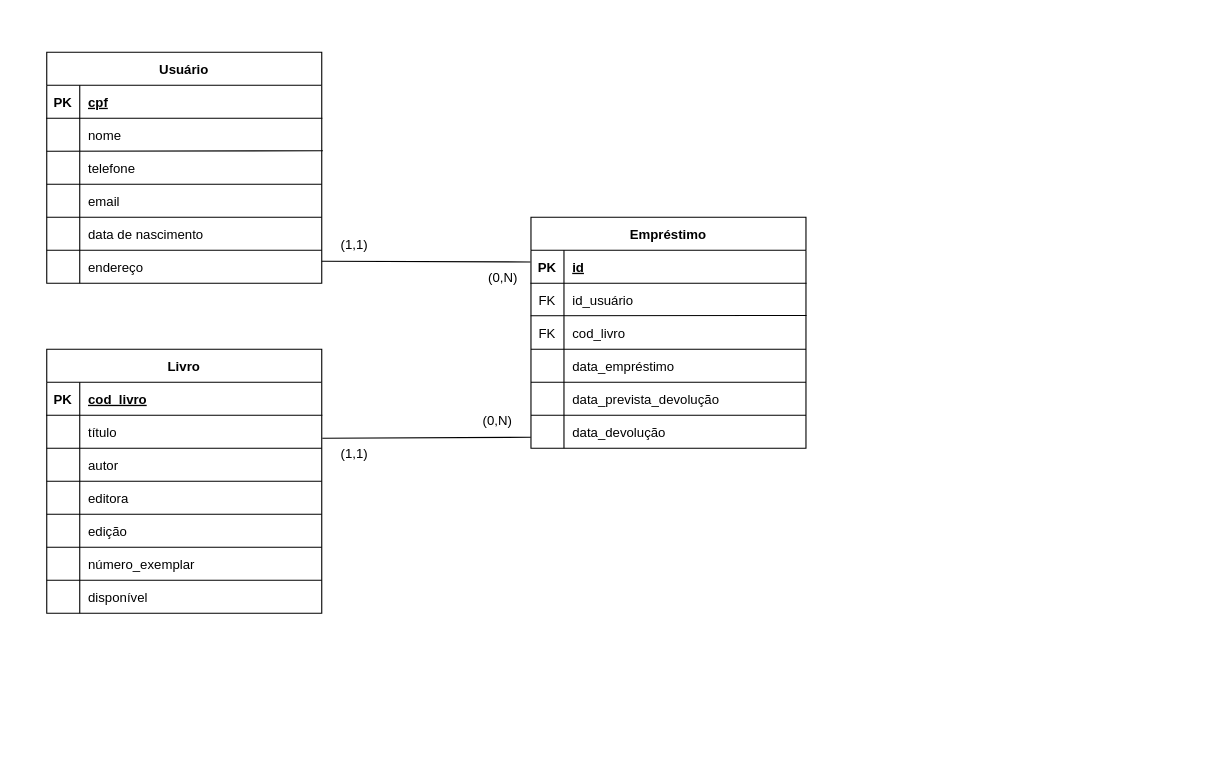
Earlier version of the draw.io diagram draw.io/Untitled Diagram.drawio (mikaeletha/segundo_periodo_2022). Source tidied: cells renumbered, new cells numbered last; positions are measured from the earlier drawing's top-left corner, leaving out a move shared by most shapes. Both pictures are drawn from the tidied source at 110%, with x=0, y=0 at pixel (46, 52).
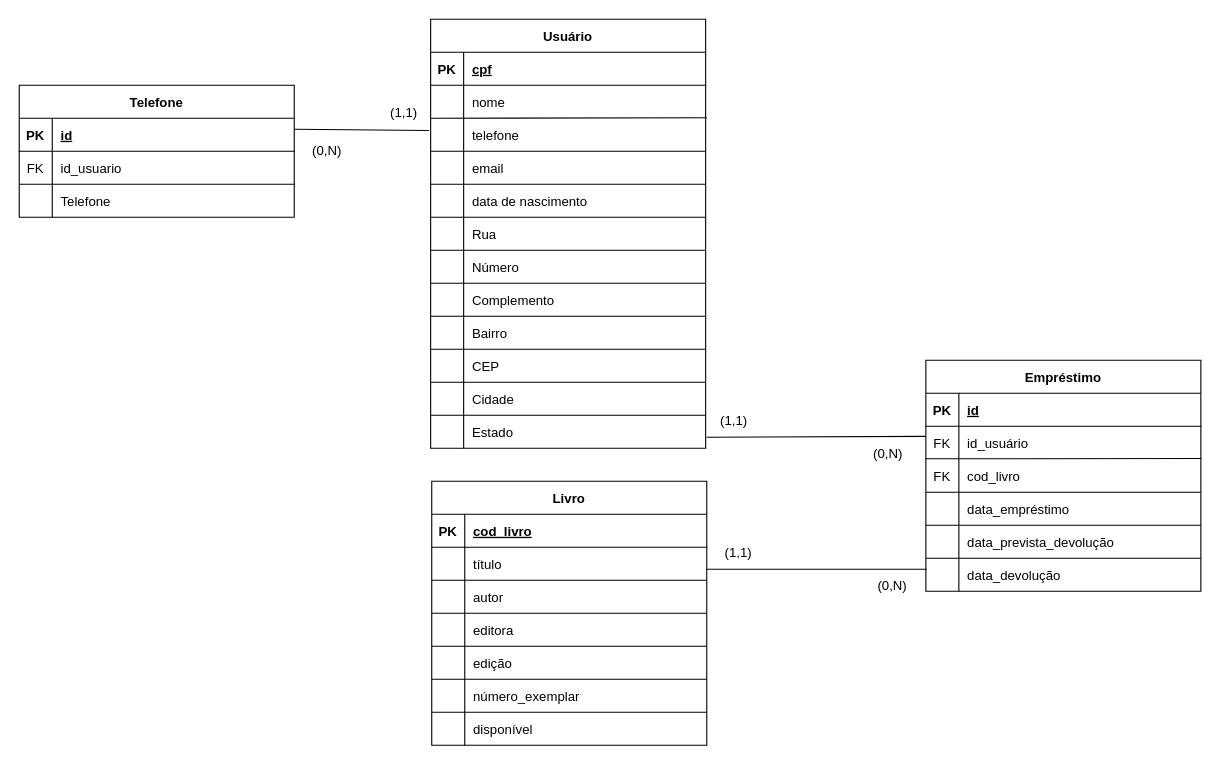
Above is the later version.

Unchanged cells that the change refers to:
```xml
<mxCell id="3" style="shape=partialRectangle;fillColor=none;points=[[0,0.5],[1,0.5]];portConstraint=eastwest;top=0;left=0;right=0;bottom=1;" parent="2" vertex="1">
  <mxGeometry y="30" width="250" height="30" as="geometry" />
</mxCell>
<mxCell id="6" style="shape=partialRectangle;fillColor=none;points=[[0,0.5],[1,0.5]];portConstraint=eastwest;top=0;left=0;right=0;bottom=0;" parent="2" vertex="1">
  <mxGeometry y="60" width="250" height="30" as="geometry" />
</mxCell>
<mxCell id="14" style="shape=partialRectangle;fillColor=none;points=[[0,0.5],[1,0.5]];portConstraint=eastwest;top=0;left=0;right=0;bottom=0;" parent="10" vertex="1">
  <mxGeometry y="60" width="250" height="30" as="geometry" />
</mxCell>
```

Change to the diagram source:
```diff
@@
     <mxCell id="2" value="Empréstimo" style="shape=table;startSize=30;childLayout=tableLayout;rowLines=0;fontStyle=1;align=center;" parent="1" vertex="1">
-      <mxGeometry x="440.2" y="150" width="250" height="210" as="geometry" />
+      <mxGeometry x="799.2" y="280" width="250" height="210" as="geometry" />
     </mxCell>
@@
     <mxCell id="10" value="Livro" style="shape=table;startSize=30;childLayout=tableLayout;rowLines=0;fontStyle=1;align=center;" parent="1" vertex="1">
-      <mxGeometry y="270" width="250" height="240" as="geometry" />
+      <mxGeometry x="350" y="390" width="250" height="240" as="geometry" />
     </mxCell>
@@
     <mxCell id="18" value="Usuário" style="shape=table;startSize=30;childLayout=tableLayout;rowLines=0;fontStyle=1;align=center;" parent="1" vertex="1">
-      <mxGeometry width="250" height="210" as="geometry" />
+      <mxGeometry x="349" y="-30" width="250" height="390" as="geometry" />
     </mxCell>
@@
     <mxCell id="26" style="shape=partialRectangle;overflow=hidden;fillColor=none;top=0;left=0;bottom=0;right=0;" parent="1" vertex="1">
-      <mxGeometry y="90" width="30" height="30" as="geometry" />
+      <mxGeometry x="349" y="60" width="30" height="30" as="geometry" />
     </mxCell>
     <mxCell id="27" value="telefone" style="shape=partialRectangle;overflow=hidden;fillColor=none;top=0;left=0;bottom=0;right=0;align=left;spacingLeft=6;" parent="1" vertex="1">
-      <mxGeometry x="30" y="90" width="220" height="30" as="geometry" />
+      <mxGeometry x="379" y="60" width="220" height="30" as="geometry" />
     </mxCell>
     <mxCell id="28" style="endArrow=none;html=1;rounded=0;" parent="1" edge="1">
       <mxGeometry relative="1" as="geometry">
-        <mxPoint y="120" as="sourcePoint" />
-        <mxPoint x="250" y="120" as="targetPoint" />
+        <mxPoint x="349" y="90" as="sourcePoint" />
+        <mxPoint x="599" y="90" as="targetPoint" />
       </mxGeometry>
     </mxCell>
     <mxCell id="29" value="email" style="shape=partialRectangle;overflow=hidden;fillColor=none;top=0;left=0;bottom=0;right=0;align=left;spacingLeft=6;" parent="1" vertex="1">
-      <mxGeometry x="30" y="120" width="220" height="30" as="geometry" />
+      <mxGeometry x="379" y="90" width="220" height="30" as="geometry" />
     </mxCell>
     <mxCell id="30" style="endArrow=none;html=1;rounded=0;" parent="1" edge="1">
       <mxGeometry relative="1" as="geometry">
-        <mxPoint y="150" as="sourcePoint" />
-        <mxPoint x="250" y="150" as="targetPoint" />
+        <mxPoint x="349" y="120" as="sourcePoint" />
+        <mxPoint x="599" y="120" as="targetPoint" />
       </mxGeometry>
     </mxCell>
     <mxCell id="31" value="data de nascimento" style="shape=partialRectangle;overflow=hidden;fillColor=none;top=0;left=0;bottom=0;right=0;align=left;spacingLeft=6;" parent="1" vertex="1">
-      <mxGeometry x="30" y="150" width="220" height="30" as="geometry" />
+      <mxGeometry x="379" y="120" width="220" height="30" as="geometry" />
     </mxCell>
     <mxCell id="32" style="endArrow=none;html=1;rounded=0;" parent="1" edge="1">
       <mxGeometry relative="1" as="geometry">
-        <mxPoint y="180" as="sourcePoint" />
-        <mxPoint x="250" y="180" as="targetPoint" />
+        <mxPoint x="349" y="150" as="sourcePoint" />
+        <mxPoint x="599" y="150" as="targetPoint" />
       </mxGeometry>
     </mxCell>
-    <mxCell id="33" value="endereço" style="shape=partialRectangle;overflow=hidden;fillColor=none;top=0;left=0;bottom=0;right=0;align=left;spacingLeft=6;" parent="1" vertex="1">
-      <mxGeometry x="30" y="180" width="220" height="30" as="geometry" />
+    <mxCell id="33" value="Rua" style="shape=partialRectangle;overflow=hidden;fillColor=none;top=0;left=0;bottom=0;right=0;align=left;spacingLeft=6;" parent="1" vertex="1">
+      <mxGeometry x="379" y="150" width="220" height="30" as="geometry" />
     </mxCell>
     <mxCell id="34" style="endArrow=none;html=1;rounded=0;" parent="1" edge="1">
       <mxGeometry relative="1" as="geometry">
-        <mxPoint x="30" y="210" as="sourcePoint" />
-        <mxPoint x="30" y="90" as="targetPoint" />
+        <mxPoint x="379" y="360" as="sourcePoint" />
+        <mxPoint x="379" y="60" as="targetPoint" />
       </mxGeometry>
     </mxCell>
     <mxCell id="35" style="shape=partialRectangle;overflow=hidden;fillColor=none;top=0;left=0;bottom=0;right=0;fontStyle=1;" parent="1" vertex="1">
-      <mxGeometry y="120" width="30" height="30" as="geometry" />
+      <mxGeometry x="349" y="90" width="30" height="30" as="geometry" />
     </mxCell>
     <mxCell id="36" style="shape=partialRectangle;overflow=hidden;fillColor=none;top=0;left=0;bottom=0;right=0;fontStyle=1;" parent="1" vertex="1">
-      <mxGeometry y="150" width="30" height="30" as="geometry" />
+      <mxGeometry x="349" y="120" width="30" height="30" as="geometry" />
     </mxCell>
     <mxCell id="37" value="cod_livro" style="shape=partialRectangle;overflow=hidden;fillColor=none;top=0;left=0;bottom=0;right=0;align=left;spacingLeft=6;" parent="1" vertex="1">
-      <mxGeometry x="470.2" y="240" width="220" height="30" as="geometry" />
+      <mxGeometry x="829.2" y="370" width="220" height="30" as="geometry" />
     </mxCell>
     <mxCell id="38" value="FK" style="shape=partialRectangle;overflow=hidden;fillColor=none;top=0;left=0;bottom=0;right=0;" parent="1" vertex="1">
-      <mxGeometry x="440.2" y="240" width="30" height="30" as="geometry" />
+      <mxGeometry x="799.2" y="370" width="30" height="30" as="geometry" />
     </mxCell>
     <mxCell id="39" style="endArrow=none;html=1;rounded=0;" parent="1" edge="1">
       <mxGeometry relative="1" as="geometry">
-        <mxPoint x="440.2" y="270" as="sourcePoint" />
-        <mxPoint x="690.2" y="270" as="targetPoint" />
+        <mxPoint x="799.2" y="400" as="sourcePoint" />
+        <mxPoint x="1049.2" y="400" as="targetPoint" />
       </mxGeometry>
     </mxCell>
     <mxCell id="40" value="data_empréstimo" style="shape=partialRectangle;overflow=hidden;fillColor=none;top=0;left=0;bottom=0;right=0;align=left;spacingLeft=6;" parent="1" vertex="1">
-      <mxGeometry x="470.2" y="270" width="220" height="30" as="geometry" />
+      <mxGeometry x="829.2" y="400" width="220" height="30" as="geometry" />
     </mxCell>
     <mxCell id="41" style="endArrow=none;html=1;rounded=0;" parent="1" edge="1">
       <mxGeometry relative="1" as="geometry">
-        <mxPoint x="440.2" y="300" as="sourcePoint" />
-        <mxPoint x="690.2" y="300" as="targetPoint" />
+        <mxPoint x="799.2" y="430" as="sourcePoint" />
+        <mxPoint x="1049.2" y="430" as="targetPoint" />
       </mxGeometry>
     </mxCell>
     <mxCell id="42" value="data_prevista_devolução" style="shape=partialRectangle;overflow=hidden;fillColor=none;top=0;left=0;bottom=0;right=0;align=left;spacingLeft=6;" parent="1" vertex="1">
-      <mxGeometry x="470.2" y="300" width="220" height="30" as="geometry" />
+      <mxGeometry x="829.2" y="430" width="220" height="30" as="geometry" />
     </mxCell>
     <mxCell id="43" style="endArrow=none;html=1;rounded=0;" parent="1" edge="1">
       <mxGeometry relative="1" as="geometry">
-        <mxPoint x="440.2" y="330" as="sourcePoint" />
-        <mxPoint x="690.2" y="330" as="targetPoint" />
+        <mxPoint x="799.2" y="460" as="sourcePoint" />
+        <mxPoint x="1049.2" y="460" as="targetPoint" />
       </mxGeometry>
     </mxCell>
     <mxCell id="44" value="data_devolução" style="shape=partialRectangle;overflow=hidden;fillColor=none;top=0;left=0;bottom=0;right=0;align=left;spacingLeft=6;" parent="1" vertex="1">
-      <mxGeometry x="470.2" y="330" width="220" height="30" as="geometry" />
+      <mxGeometry x="829.2" y="460" width="220" height="30" as="geometry" />
     </mxCell>
     <mxCell id="45" style="endArrow=none;html=1;rounded=0;" parent="1" edge="1">
       <mxGeometry relative="1" as="geometry">
-        <mxPoint x="470.2" y="360" as="sourcePoint" />
-        <mxPoint x="470.2" y="240" as="targetPoint" />
+        <mxPoint x="829.2" y="490" as="sourcePoint" />
+        <mxPoint x="829.2" y="370" as="targetPoint" />
       </mxGeometry>
     </mxCell>
     <mxCell id="46" value="autor" style="shape=partialRectangle;overflow=hidden;fillColor=none;top=0;left=0;bottom=0;right=0;align=left;spacingLeft=6;" parent="1" vertex="1">
-      <mxGeometry x="30" y="360" width="220" height="30" as="geometry" />
+      <mxGeometry x="380" y="480" width="220" height="30" as="geometry" />
     </mxCell>
     <mxCell id="47" style="endArrow=none;html=1;rounded=0;" parent="1" edge="1">
       <mxGeometry relative="1" as="geometry">
-        <mxPoint y="390" as="sourcePoint" />
-        <mxPoint x="250" y="390" as="targetPoint" />
+        <mxPoint x="350" y="510" as="sourcePoint" />
+        <mxPoint x="600" y="510" as="targetPoint" />
       </mxGeometry>
     </mxCell>
     <mxCell id="48" value="editora" style="shape=partialRectangle;overflow=hidden;fillColor=none;top=0;left=0;bottom=0;right=0;align=left;spacingLeft=6;" parent="1" vertex="1">
-      <mxGeometry x="30" y="390" width="220" height="30" as="geometry" />
+      <mxGeometry x="380" y="510" width="220" height="30" as="geometry" />
     </mxCell>
     <mxCell id="49" style="endArrow=none;html=1;rounded=0;" parent="1" edge="1">
       <mxGeometry relative="1" as="geometry">
-        <mxPoint y="420" as="sourcePoint" />
-        <mxPoint x="250" y="420" as="targetPoint" />
+        <mxPoint x="350" y="540" as="sourcePoint" />
+        <mxPoint x="600" y="540" as="targetPoint" />
       </mxGeometry>
     </mxCell>
     <mxCell id="50" value="edição" style="shape=partialRectangle;overflow=hidden;fillColor=none;top=0;left=0;bottom=0;right=0;align=left;spacingLeft=6;" parent="1" vertex="1">
-      <mxGeometry x="30" y="420" width="220" height="30" as="geometry" />
+      <mxGeometry x="380" y="540" width="220" height="30" as="geometry" />
     </mxCell>
     <mxCell id="51" style="endArrow=none;html=1;rounded=0;" parent="1" edge="1">
       <mxGeometry relative="1" as="geometry">
-        <mxPoint y="450" as="sourcePoint" />
-        <mxPoint x="250" y="450" as="targetPoint" />
+        <mxPoint x="350" y="570" as="sourcePoint" />
+        <mxPoint x="600" y="570" as="targetPoint" />
       </mxGeometry>
     </mxCell>
     <mxCell id="52" value="número_exemplar" style="shape=partialRectangle;overflow=hidden;fillColor=none;top=0;left=0;bottom=0;right=0;align=left;spacingLeft=6;" parent="1" vertex="1">
-      <mxGeometry x="30" y="450" width="220" height="30" as="geometry" />
+      <mxGeometry x="380" y="570" width="220" height="30" as="geometry" />
     </mxCell>
     <mxCell id="53" style="endArrow=none;html=1;rounded=0;" parent="1" edge="1">
       <mxGeometry relative="1" as="geometry">
-        <mxPoint y="480" as="sourcePoint" />
-        <mxPoint x="250" y="480" as="targetPoint" />
+        <mxPoint x="350" y="600" as="sourcePoint" />
+        <mxPoint x="600" y="600" as="targetPoint" />
       </mxGeometry>
     </mxCell>
     <mxCell id="54" value="disponível" style="shape=partialRectangle;overflow=hidden;fillColor=none;top=0;left=0;bottom=0;right=0;align=left;spacingLeft=6;" parent="1" vertex="1">
-      <mxGeometry x="30" y="480" width="220" height="30" as="geometry" />
+      <mxGeometry x="380" y="600" width="220" height="30" as="geometry" />
     </mxCell>
     <mxCell id="55" style="endArrow=none;html=1;rounded=0;" parent="1" edge="1">
       <mxGeometry relative="1" as="geometry">
-        <mxPoint x="30" y="510" as="sourcePoint" />
-        <mxPoint x="30" y="360" as="targetPoint" />
+        <mxPoint x="380" y="630" as="sourcePoint" />
+        <mxPoint x="380" y="480" as="targetPoint" />
       </mxGeometry>
     </mxCell>
-    <mxCell id="56" style="endArrow=none;html=1;rounded=0;entryX=-0.002;entryY=0.356;entryDx=0;entryDy=0;entryPerimeter=0;" parent="1" edge="1" target="3">
-      <mxGeometry relative="1" as="geometry">
-        <mxPoint x="250" y="190" as="sourcePoint" />
-      </mxGeometry>
-    </mxCell>
     <mxCell id="57" value="(0,N)" style="text;html=1;strokeColor=none;fillColor=none;align=center;verticalAlign=middle;whiteSpace=wrap;rounded=0;" parent="1" vertex="1">
-      <mxGeometry x="385" y="190" width="60" height="30" as="geometry" />
+      <mxGeometry x="735.2" y="350" width="60" height="30" as="geometry" />
     </mxCell>
     <mxCell id="58" value="(1,1)" style="text;html=1;strokeColor=none;fillColor=none;align=center;verticalAlign=middle;whiteSpace=wrap;rounded=0;" parent="1" vertex="1">
-      <mxGeometry x="250" y="160" width="60" height="30" as="geometry" />
+      <mxGeometry x="595" y="320" width="60" height="30" as="geometry" />
     </mxCell>
-    <mxCell id="59" style="endArrow=none;html=1;rounded=0;exitX=1.002;exitY=0.695;exitDx=0;exitDy=0;exitPerimeter=0;" parent="1" edge="1" source="14">
-      <mxGeometry relative="1" as="geometry">
-        <mxPoint x="440" y="350" as="targetPoint" />
-      </mxGeometry>
-    </mxCell>
     <mxCell id="60" value="(0,N)" style="text;html=1;strokeColor=none;fillColor=none;align=center;verticalAlign=middle;whiteSpace=wrap;rounded=0;" parent="1" vertex="1">
-      <mxGeometry x="380.2" y="320" width="60" height="30" as="geometry" />
+      <mxGeometry x="739.2" y="470" width="60" height="30" as="geometry" />
     </mxCell>
     <mxCell id="61" value="(1,1)" style="text;html=1;strokeColor=none;fillColor=none;align=center;verticalAlign=middle;whiteSpace=wrap;rounded=0;" parent="1" vertex="1">
-      <mxGeometry x="250" y="350" width="60" height="30" as="geometry" />
+      <mxGeometry x="599" y="440" width="60" height="30" as="geometry" />
     </mxCell>
+    <mxCell id="62" style="endArrow=none;html=1;rounded=0;" parent="1" edge="1">
+      <mxGeometry relative="1" as="geometry">
+        <mxPoint x="349" y="180" as="sourcePoint" />
+        <mxPoint x="599" y="180" as="targetPoint" />
+      </mxGeometry>
+    </mxCell>
+    <mxCell id="63" value="Número" style="shape=partialRectangle;overflow=hidden;fillColor=none;top=0;left=0;bottom=0;right=0;align=left;spacingLeft=6;" parent="1" vertex="1">
+      <mxGeometry x="379" y="180" width="220" height="30" as="geometry" />
+    </mxCell>
+    <mxCell id="64" style="endArrow=none;html=1;rounded=0;" parent="1" edge="1">
+      <mxGeometry relative="1" as="geometry">
+        <mxPoint x="349" y="210" as="sourcePoint" />
+        <mxPoint x="599" y="210" as="targetPoint" />
+      </mxGeometry>
+    </mxCell>
+    <mxCell id="65" value="Complemento" style="shape=partialRectangle;overflow=hidden;fillColor=none;top=0;left=0;bottom=0;right=0;align=left;spacingLeft=6;" parent="1" vertex="1">
+      <mxGeometry x="379" y="210" width="220" height="30" as="geometry" />
+    </mxCell>
+    <mxCell id="66" style="endArrow=none;html=1;rounded=0;" parent="1" edge="1">
+      <mxGeometry relative="1" as="geometry">
+        <mxPoint x="349" y="240" as="sourcePoint" />
+        <mxPoint x="599" y="240" as="targetPoint" />
+      </mxGeometry>
+    </mxCell>
+    <mxCell id="67" value="Bairro" style="shape=partialRectangle;overflow=hidden;fillColor=none;top=0;left=0;bottom=0;right=0;align=left;spacingLeft=6;" parent="1" vertex="1">
+      <mxGeometry x="379" y="240" width="220" height="30" as="geometry" />
+    </mxCell>
+    <mxCell id="68" style="endArrow=none;html=1;rounded=0;" parent="1" edge="1">
+      <mxGeometry relative="1" as="geometry">
+        <mxPoint x="349" y="270" as="sourcePoint" />
+        <mxPoint x="599" y="270" as="targetPoint" />
+      </mxGeometry>
+    </mxCell>
+    <mxCell id="69" value="CEP" style="shape=partialRectangle;overflow=hidden;fillColor=none;top=0;left=0;bottom=0;right=0;align=left;spacingLeft=6;" parent="1" vertex="1">
+      <mxGeometry x="379" y="270" width="220" height="30" as="geometry" />
+    </mxCell>
+    <mxCell id="70" style="endArrow=none;html=1;rounded=0;" parent="1" edge="1">
+      <mxGeometry relative="1" as="geometry">
+        <mxPoint x="349" y="300" as="sourcePoint" />
+        <mxPoint x="599" y="300" as="targetPoint" />
+      </mxGeometry>
+    </mxCell>
+    <mxCell id="71" value="Cidade" style="shape=partialRectangle;overflow=hidden;fillColor=none;top=0;left=0;bottom=0;right=0;align=left;spacingLeft=6;" parent="1" vertex="1">
+      <mxGeometry x="379" y="300" width="220" height="30" as="geometry" />
+    </mxCell>
+    <mxCell id="72" style="endArrow=none;html=1;rounded=0;" parent="1" edge="1">
+      <mxGeometry relative="1" as="geometry">
+        <mxPoint x="349" y="330" as="sourcePoint" />
+        <mxPoint x="599" y="330" as="targetPoint" />
+      </mxGeometry>
+    </mxCell>
+    <mxCell id="73" value="Estado" style="shape=partialRectangle;overflow=hidden;fillColor=none;top=0;left=0;bottom=0;right=0;align=left;spacingLeft=6;" parent="1" vertex="1">
+      <mxGeometry x="379" y="330" width="220" height="30" as="geometry" />
+    </mxCell>
+    <mxCell id="74" value="Telefone" style="shape=table;startSize=30;childLayout=tableLayout;rowLines=0;fontStyle=1;align=center;" parent="1" vertex="1">
+      <mxGeometry x="-25" y="30" width="250" height="120" as="geometry" />
+    </mxCell>
+    <mxCell id="75" style="shape=partialRectangle;fillColor=none;top=0;left=0;right=0;bottom=1;" parent="74" vertex="1">
+      <mxGeometry y="30" width="250" height="30" as="geometry" />
+    </mxCell>
+    <mxCell id="76" value="PK" style="shape=partialRectangle;overflow=hidden;fillColor=none;top=0;left=0;bottom=0;right=0;fontStyle=1;" parent="75" vertex="1">
+      <mxGeometry width="30" height="30" as="geometry" />
+    </mxCell>
+    <mxCell id="77" value="id" style="shape=partialRectangle;overflow=hidden;fillColor=none;top=0;left=0;bottom=0;right=0;align=left;spacingLeft=6;fontStyle=5;" parent="75" vertex="1">
+      <mxGeometry x="30" width="220" height="30" as="geometry" />
+    </mxCell>
+    <mxCell id="78" style="shape=partialRectangle;fillColor=none;points=[[0,0.5],[1,0.5]];portConstraint=eastwest;top=0;left=0;right=0;bottom=0;" parent="74" vertex="1">
+      <mxGeometry y="60" width="250" height="30" as="geometry" />
+    </mxCell>
+    <mxCell id="79" value="FK" style="shape=partialRectangle;overflow=hidden;fillColor=none;top=0;left=0;bottom=0;right=0;" parent="78" vertex="1">
+      <mxGeometry width="30" height="30" as="geometry" />
+    </mxCell>
+    <mxCell id="80" value="id_usuario" style="shape=partialRectangle;overflow=hidden;fillColor=none;top=0;left=0;bottom=0;right=0;align=left;spacingLeft=6;" parent="78" vertex="1">
+      <mxGeometry x="30" width="220" height="30" as="geometry" />
+    </mxCell>
+    <mxCell id="81" style="endArrow=none;html=1;rounded=0;exitX=0;exitY=1;exitDx=0;exitDy=0;exitPerimeter=0;" parent="74" edge="1" source="78">
+      <mxGeometry relative="1" as="geometry">
+        <mxPoint x="250" y="90" as="targetPoint" />
+      </mxGeometry>
+    </mxCell>
+    <mxCell id="82" value="Telefone" style="shape=partialRectangle;overflow=hidden;fillColor=none;top=0;left=0;bottom=0;right=0;align=left;spacingLeft=6;" parent="1" vertex="1">
+      <mxGeometry x="5" y="120" width="220" height="30" as="geometry" />
+    </mxCell>
+    <mxCell id="83" style="endArrow=none;html=1;rounded=0;" parent="1" edge="1">
+      <mxGeometry relative="1" as="geometry">
+        <mxPoint x="5" y="150" as="sourcePoint" />
+        <mxPoint x="5" y="120" as="targetPoint" />
+      </mxGeometry>
+    </mxCell>
+    <mxCell id="84" style="endArrow=none;html=1;rounded=0;entryX=0.875;entryY=1.036;entryDx=0;entryDy=0;entryPerimeter=0;" parent="1" edge="1" target="85">
+      <mxGeometry relative="1" as="geometry">
+        <mxPoint x="225" y="70" as="sourcePoint" />
+      </mxGeometry>
+    </mxCell>
+    <mxCell id="85" value="(1,1)" style="text;html=1;strokeColor=none;fillColor=none;align=center;verticalAlign=middle;whiteSpace=wrap;rounded=0;" parent="1" vertex="1">
+      <mxGeometry x="295" y="40" width="60" height="30" as="geometry" />
+    </mxCell>
+    <mxCell id="86" value="(0,N)" style="text;html=1;strokeColor=none;fillColor=none;align=center;verticalAlign=middle;whiteSpace=wrap;rounded=0;" parent="1" vertex="1">
+      <mxGeometry x="225" y="75" width="60" height="30" as="geometry" />
+    </mxCell>
+    <mxCell id="87" style="endArrow=none;html=1;rounded=0;entryX=0;entryY=0.307;entryDx=0;entryDy=0;entryPerimeter=0;" parent="1" edge="1" target="6">
+      <mxGeometry relative="1" as="geometry">
+        <mxPoint x="600" y="350" as="sourcePoint" />
+      </mxGeometry>
+    </mxCell>
+    <mxCell id="88" style="endArrow=none;html=1;rounded=0;" parent="1" edge="1">
+      <mxGeometry relative="1" as="geometry">
+        <mxPoint x="600" y="470" as="sourcePoint" />
+        <mxPoint x="800" y="470" as="targetPoint" />
+      </mxGeometry>
+    </mxCell>
```
